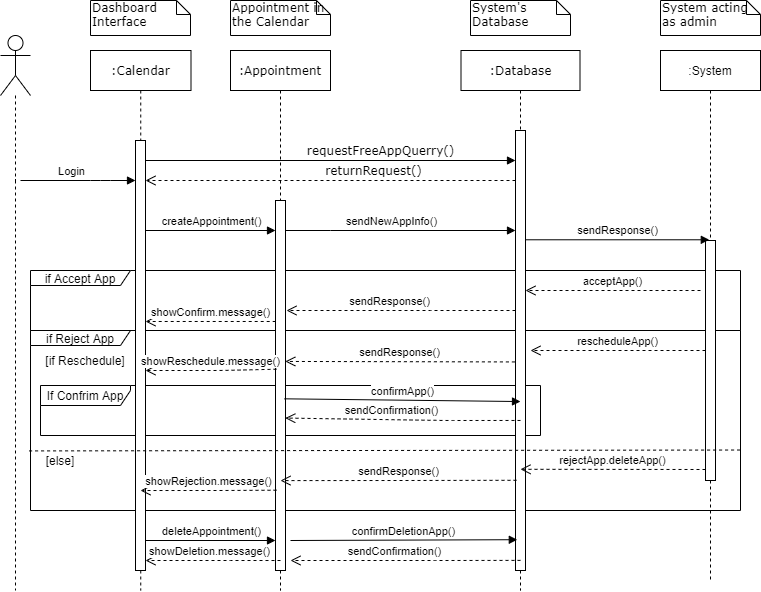
The draw.io diagram Diagrams/Sequence Diagrams/SEQ_04-5-6-7-8-9_Create Approve Reject Reschedule Delete Appointment.png in kkasharaj17/SE-project, before a commit. Source tidied: cells renumbered, new cells last; positions are measured from the earlier drawing's top-left corner, leaving out a move shared by most shapes.
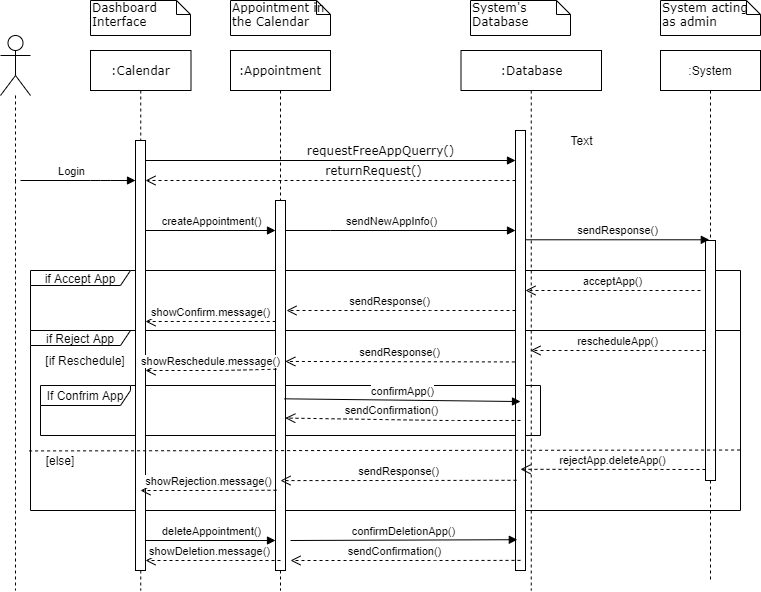
The same file after the commit.

What changed in the source:
```diff
@@ -18,7 +18,7 @@
       <mxGeometry x="45" y="150" width="10" height="370" as="geometry" />
     </mxCell>
     <mxCell id="7" value=":Database" style="shape=umlLifeline;perimeter=lifelinePerimeter;whiteSpace=wrap;html=1;rounded=0;shadow=0;comic=0;labelBackgroundColor=none;strokeWidth=1;fontFamily=Verdana;fontSize=12;align=center;" parent="1" vertex="1">
-      <mxGeometry x="460.5" y="50" width="119" height="540" as="geometry" />
+      <mxGeometry x="460.5" y="50" width="140.5" height="540" as="geometry" />
     </mxCell>
     <mxCell id="8" style="html=1;points=[];perimeter=orthogonalPerimeter;rounded=0;shadow=0;comic=0;labelBackgroundColor=none;strokeWidth=1;fontFamily=Verdana;fontSize=12;align=center;" parent="7" vertex="1">
       <mxGeometry x="54.5" y="80" width="10" height="440" as="geometry" />
@@ -26,6 +26,9 @@
     <mxCell id="9" value=":Calendar" style="shape=umlLifeline;perimeter=lifelinePerimeter;whiteSpace=wrap;html=1;rounded=0;shadow=0;comic=0;labelBackgroundColor=none;strokeWidth=1;fontFamily=Verdana;fontSize=12;align=center;glass=0;" parent="7" vertex="1">
       <mxGeometry x="-370.5" width="100.5" height="540" as="geometry" />
     </mxCell>
+    <mxCell id="48" value="Text" style="text;html=1;align=center;verticalAlign=middle;" parent="7" vertex="1">
+      <mxGeometry x="100.5" y="80" width="40" height="20" as="geometry" />
+    </mxCell>
     <mxCell id="10" value="requestFreeAppQuerry()" style="html=1;verticalAlign=bottom;endArrow=block;labelBackgroundColor=none;fontFamily=Verdana;fontSize=12;edgeStyle=elbowEdgeStyle;elbow=vertical;" parent="1" edge="1" target="8">
       <mxGeometry x="0.27" relative="1" as="geometry">
         <mxPoint x="145" y="160" as="sourcePoint" />
```
